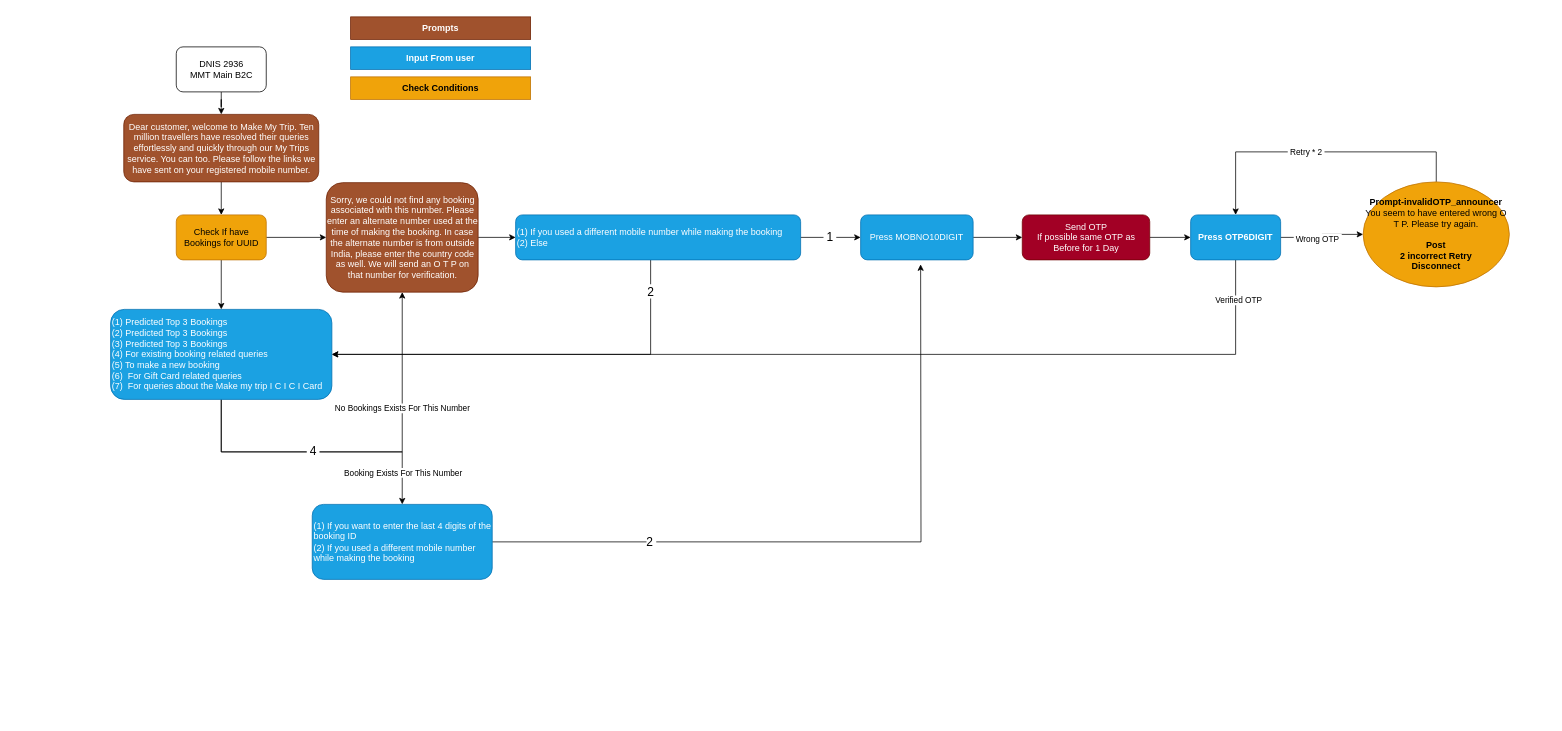
This is IVR.drawio from gommtsahil/draw.io, a draw.io file, before an edit. Source tidied: cells renumbered, new cells numbered last; positions are measured from the earlier drawing's top-left corner, leaving out a move shared by most shapes. Both pictures are drawn from the tidied source at 75%, with x=0, y=0 at pixel (110, 16).
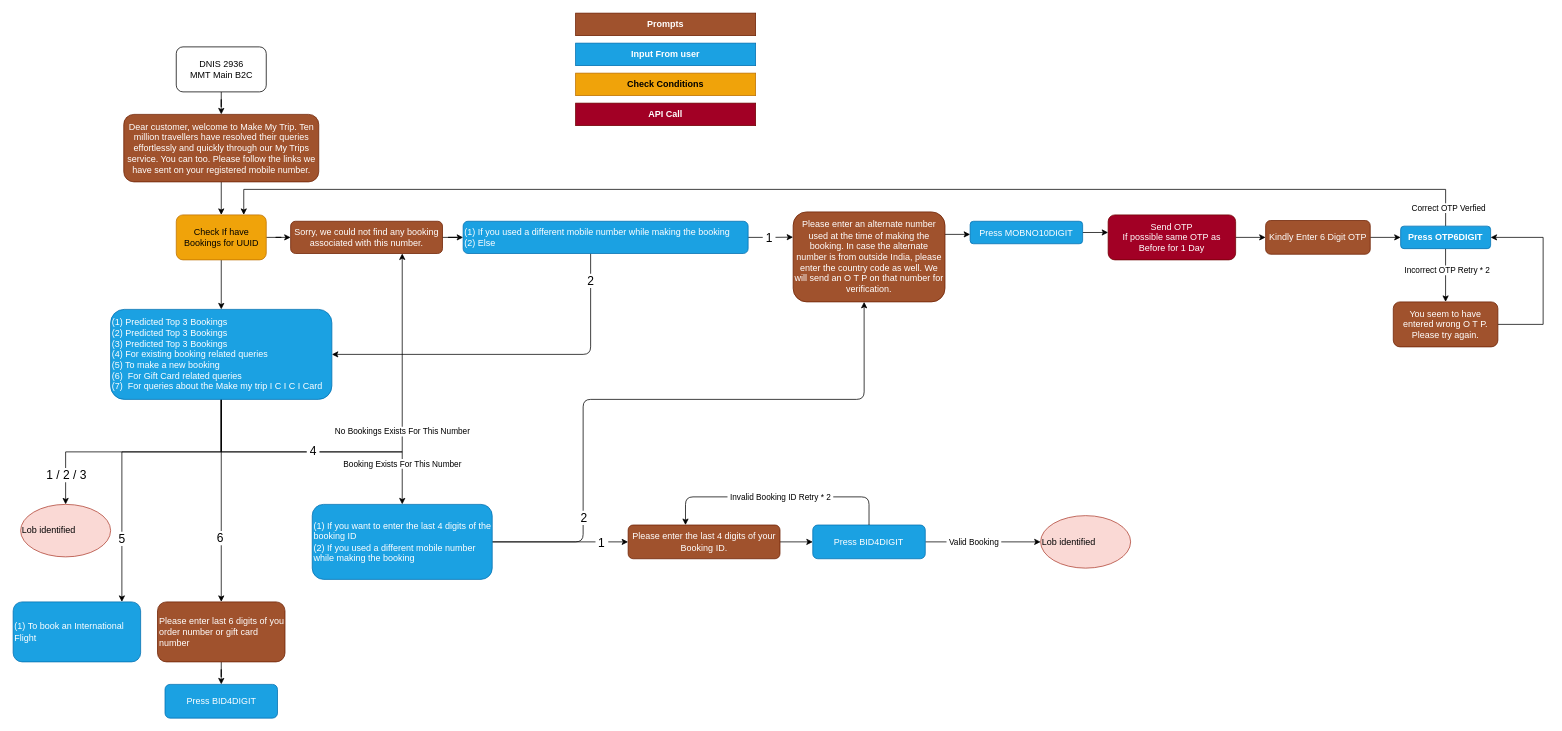
The same diagram, later.

Unchanged cells that the change refers to:
```xml
<mxCell id="8" value="Check If have Bookings for UUID" style="whiteSpace=wrap;html=1;rounded=1;roundedPerimeter=1;fillColor=#f0a30a;fontColor=#000000;strokeColor=#BD7000;" parent="1" vertex="1">
  <mxGeometry x="87.5" y="264" width="120" height="60" as="geometry" />
</mxCell>
<mxCell id="14" style="edgeStyle=orthogonalEdgeStyle;rounded=0;jettySize=auto;html=1;" parent="1" edge="1" source="19" target="33">
  <mxGeometry relative="1" as="geometry">
    <Array as="points">
      <mxPoint x="147.5" y="580" />
      <mxPoint x="388.8" y="580" />
    </Array>
  </mxGeometry>
</mxCell>
<mxCell id="16" style="edgeStyle=orthogonalEdgeStyle;rounded=0;jettySize=auto;html=1;" parent="1" edge="1" source="19" target="39">
  <mxGeometry relative="1" as="geometry" />
</mxCell>
<mxCell id="19" value="(1) Predicted Top 3 Bookings&lt;br&gt;(2) Predicted Top 3 Bookings&lt;br&gt;(3) Predicted Top 3 Bookings&lt;br&gt;(4) For existing booking related queries&lt;br&gt;(5) To make a new booking&lt;br&gt;(6)&amp;nbsp; For Gift Card related queries&lt;br&gt;(7)&amp;nbsp; For queries about the Make my trip I C I C I Card" style="whiteSpace=wrap;html=1;fillColor=#1ba1e2;strokeColor=#006EAF;fontColor=#ffffff;rounded=1;roundedPerimeter=1;align=left;" parent="1" vertex="1">
  <mxGeometry y="390" width="295" height="120" as="geometry" />
</mxCell>
<mxCell id="39" value="(1) If you want to enter the last 4 digits of the booking ID&lt;br&gt;(2) If you used a different mobile number while making the booking" style="whiteSpace=wrap;html=1;align=left;fillColor=#1ba1e2;strokeColor=#006EAF;fontColor=#ffffff;rounded=1;roundedPerimeter=1;" parent="1" vertex="1">
  <mxGeometry x="268.8" y="650" width="240" height="100" as="geometry" />
</mxCell>
```

Diff of the diagram source:
```diff
@@
-    <mxCell id="9" style="edgeStyle=orthogonalEdgeStyle;rounded=0;jettySize=auto;html=1;" parent="1" edge="1" source="13" target="31">
-      <mxGeometry relative="1" as="geometry" />
-    </mxCell>
-    <mxCell id="10" value="&amp;nbsp;1&amp;nbsp;" style="edgeLabel;html=1;align=center;verticalAlign=middle;fontSize=16;" parent="9" vertex="1">
-      <mxGeometry x="-0.04" y="2" relative="1" as="geometry" />
-    </mxCell>
-    <mxCell id="11" style="edgeStyle=orthogonalEdgeStyle;rounded=0;jettySize=auto;html=1;entryX=1;entryY=0.5;entryDx=0;entryDy=0;" parent="1" edge="1" source="13" target="19">
-      <mxGeometry relative="1" as="geometry">
+    <mxCell id="11" style="edgeStyle=orthogonalEdgeStyle;rounded=1;jettySize=auto;html=1;entryX=1;entryY=0.5;entryDx=0;entryDy=0;curved=0;" parent="1" edge="1" source="13" target="19">
+      <mxGeometry x="-0.17" relative="1" as="geometry">
         <Array as="points">
-          <mxPoint x="720" y="450" />
+          <mxPoint x="640" y="450" />
         </Array>
       </mxGeometry>
     </mxCell>
@@
+    <mxCell id="40" style="edgeStyle=orthogonalEdgeStyle;rounded=0;jettySize=auto;html=1;entryX=0.005;entryY=0.283;entryDx=0;entryDy=0;" parent="1" edge="1" source="13" target="62">
+      <mxGeometry relative="1" as="geometry" />
+    </mxCell>
+    <mxCell id="41" value="&lt;font style=&quot;font-size: 16px;&quot;&gt;&amp;nbsp;1&amp;nbsp;&lt;/font&gt;" style="edgeLabel;html=1;align=center;verticalAlign=middle;" parent="40" vertex="1">
+      <mxGeometry x="-0.12" relative="1" as="geometry" />
+    </mxCell>
     <mxCell id="13" value="&lt;div align=&quot;left&quot;&gt;(1) If you used a different mobile number while making the booking&lt;br&gt;(2) Else&lt;/div&gt;" style="whiteSpace=wrap;html=1;rounded=1;roundedPerimeter=1;align=left;fillColor=#1ba1e2;fontColor=#ffffff;strokeColor=#006EAF;" parent="1" vertex="1">
-      <mxGeometry x="540" y="264" width="380" height="60" as="geometry" />
+      <mxGeometry x="470" y="272.5" width="380" height="43" as="geometry" />
     </mxCell>
@@
     <mxCell id="15" value="&lt;div&gt;No Bookings Exists&amp;nbsp;For This Number&lt;/div&gt;" style="edgeLabel;html=1;align=center;verticalAlign=middle;" parent="14" vertex="1">
       <mxGeometry x="0.44" y="4" relative="1" as="geometry">
-        <mxPoint x="4" y="7" as="offset" />
+        <mxPoint x="4" y="76" as="offset" />
       </mxGeometry>
     </mxCell>
@@
     <mxCell id="18" value="Booking Exists For This Number" style="edgeLabel;html=1;align=center;verticalAlign=middle;" parent="16" vertex="1">
-      <mxGeometry x="0.78" y="1" relative="1" as="geometry" />
+      <mxGeometry x="0.78" y="1" relative="1" as="geometry">
+        <mxPoint x="-1" y="-12" as="offset" />
+      </mxGeometry>
     </mxCell>
+    <mxCell id="42" style="edgeStyle=orthogonalEdgeStyle;rounded=0;jettySize=auto;html=1;" parent="1" edge="1" source="19" target="56">
+      <mxGeometry relative="1" as="geometry" />
+    </mxCell>
+    <mxCell id="43" value="&lt;font style=&quot;font-size: 16px;&quot;&gt;1 / 2 / 3&lt;/font&gt;" style="edgeLabel;html=1;align=center;verticalAlign=middle;" parent="42" vertex="1">
+      <mxGeometry x="0.24" relative="1" as="geometry">
+        <mxPoint x="-62" y="30" as="offset" />
+      </mxGeometry>
+    </mxCell>
+    <mxCell id="44" style="edgeStyle=orthogonalEdgeStyle;rounded=0;jettySize=auto;html=1;" parent="1" edge="1" source="19" target="57">
+      <mxGeometry relative="1" as="geometry">
+        <Array as="points">
+          <mxPoint x="147.5" y="580" />
+          <mxPoint x="15" y="580" />
+        </Array>
+      </mxGeometry>
+    </mxCell>
+    <mxCell id="45" value="&lt;font style=&quot;font-size: 16px;&quot;&gt;5&lt;/font&gt;" style="edgeLabel;html=1;align=center;verticalAlign=middle;" parent="44" vertex="1">
+      <mxGeometry x="0.58" y="-1" relative="1" as="geometry" />
+    </mxCell>
+    <mxCell id="46" style="edgeStyle=orthogonalEdgeStyle;rounded=0;jettySize=auto;html=1;entryX=0.5;entryY=0;entryDx=0;entryDy=0;" parent="1" edge="1" source="19" target="60">
+      <mxGeometry relative="1" as="geometry" />
+    </mxCell>
+    <mxCell id="47" value="&lt;font style=&quot;font-size: 16px;&quot;&gt;6&lt;/font&gt;" style="edgeLabel;html=1;align=center;verticalAlign=middle;" parent="46" vertex="1">
+      <mxGeometry x="0.41" y="-2" relative="1" as="geometry">
+        <mxPoint y="-6" as="offset" />
+      </mxGeometry>
+    </mxCell>
@@
-    <mxCell id="20" style="edgeStyle=orthogonalEdgeStyle;rounded=0;jettySize=auto;html=1;exitX=1;exitY=0.5;exitDx=0;exitDy=0;" parent="1" edge="1" source="29" target="28">
-      <mxGeometry x="0.16" relative="1" as="geometry" />
-    </mxCell>
-    <mxCell id="21" value="&amp;nbsp;Wrong OTP&amp;nbsp;" style="edgeLabel;html=1;align=center;verticalAlign=middle;" parent="20" vertex="1">
-      <mxGeometry x="-0.16" y="-1" relative="1" as="geometry" />
-    </mxCell>
-    <mxCell id="22" style="edgeStyle=orthogonalEdgeStyle;rounded=0;jettySize=auto;html=1;entryX=1;entryY=0.5;entryDx=0;entryDy=0;exitX=0.5;exitY=1;exitDx=0;exitDy=0;" parent="1" edge="1" source="29" target="19">
-      <mxGeometry x="-0.81" relative="1" as="geometry">
-        <Array as="points">
-          <mxPoint x="1500" y="450" />
-        </Array>
-      </mxGeometry>
-    </mxCell>
-    <mxCell id="23" value="Verified OTP" style="edgeLabel;html=1;align=center;verticalAlign=middle;" parent="22" vertex="1">
-      <mxGeometry x="-0.92" y="3" relative="1" as="geometry" />
-    </mxCell>
-    <mxCell id="24" style="edgeStyle=orthogonalEdgeStyle;rounded=0;jettySize=auto;html=1;" parent="1" edge="1" source="25" target="29">
-      <mxGeometry relative="1" as="geometry" />
-    </mxCell>
+    <mxCell id="48" style="edgeStyle=orthogonalEdgeStyle;rounded=0;jettySize=auto;html=1;entryX=0;entryY=0.5;entryDx=0;entryDy=0;" parent="1" edge="1" source="25" target="72">
+      <mxGeometry relative="1" as="geometry" />
+    </mxCell>
     <mxCell id="25" value="&lt;div align=&quot;center&quot;&gt;&amp;nbsp;Send OTP&amp;nbsp;&lt;br&gt;If possible same OTP as Before for 1 Day&lt;/div&gt;" style="whiteSpace=wrap;html=1;align=center;fillColor=#a20025;strokeColor=#6F0000;fontColor=#ffffff;rounded=1;roundedPerimeter=1;" parent="1" vertex="1">
-      <mxGeometry x="1215.5" y="264" width="170" height="60" as="geometry" />
+      <mxGeometry x="1330" y="264" width="170" height="60" as="geometry" />
     </mxCell>
-    <mxCell id="26" style="edgeStyle=orthogonalEdgeStyle;rounded=0;jettySize=auto;html=1;exitX=0.5;exitY=0;exitDx=0;exitDy=0;entryX=0.5;entryY=0;entryDx=0;entryDy=0;" parent="1" edge="1" source="28" target="29">
-      <mxGeometry x="0.27" relative="1" as="geometry">
-        <Array as="points">
-          <mxPoint x="1767.5" y="180" />
-          <mxPoint x="1500" y="180" />
-        </Array>
-      </mxGeometry>
-    </mxCell>
-    <mxCell id="27" value="&amp;nbsp;Retry * 2&amp;nbsp;" style="edgeLabel;html=1;align=center;verticalAlign=middle;" parent="26" vertex="1">
-      <mxGeometry x="0.1" y="2" relative="1" as="geometry">
-        <mxPoint x="1" y="-2" as="offset" />
-      </mxGeometry>
-    </mxCell>
-    <mxCell id="28" value="&lt;strong class=&quot;node-name&quot;&gt;Prompt-invalidOTP_announcer&lt;br&gt;&lt;/strong&gt;You seem to have entered wrong O T P. Please try again.&lt;br&gt;&lt;b&gt;&lt;br&gt;Post&lt;/b&gt;&lt;br&gt;&lt;strong class=&quot;node-name&quot;&gt;2 incorrect Retry&lt;br&gt;Disconnect&lt;/strong&gt;" style="ellipse;whiteSpace=wrap;html=1;shapeInside=1;align=center;fillColor=#f0a30a;strokeColor=#BD7000;fontColor=#000000;rounded=1;roundedPerimeter=1;" parent="1" vertex="1">
-      <mxGeometry x="1670" y="220" width="195" height="140" as="geometry" />
-    </mxCell>
+    <mxCell id="49" style="edgeStyle=orthogonalEdgeStyle;rounded=0;jettySize=auto;html=1;entryX=0.5;entryY=0;entryDx=0;entryDy=0;" parent="1" edge="1" source="29" target="74">
+      <mxGeometry relative="1" as="geometry" />
+    </mxCell>
+    <mxCell id="50" value="Incorrect OTP Retry * 2" style="edgeLabel;html=1;align=center;verticalAlign=middle;" parent="49" vertex="1">
+      <mxGeometry x="-0.21" y="2" relative="1" as="geometry" />
+    </mxCell>
+    <mxCell id="51" style="edgeStyle=orthogonalEdgeStyle;rounded=0;jettySize=auto;html=1;entryX=0.75;entryY=0;entryDx=0;entryDy=0;" parent="1" edge="1" source="29" target="8">
+      <mxGeometry x="-0.05" relative="1" as="geometry">
+        <Array as="points">
+          <mxPoint x="1780" y="230" />
+          <mxPoint x="177.5" y="230" />
+        </Array>
+      </mxGeometry>
+    </mxCell>
+    <mxCell id="52" value="Correct OTP Verfied" style="edgeLabel;html=1;align=center;verticalAlign=middle;" parent="51" vertex="1">
+      <mxGeometry x="-0.97" y="-3" relative="1" as="geometry" />
+    </mxCell>
     <mxCell id="29" value="&lt;span class=&quot;edge-part&quot; style=&quot;--press-color:#64748b&quot;&gt;&lt;strong&gt;Press OTP6DIGIT &lt;/strong&gt;&lt;/span&gt;" style="whiteSpace=wrap;html=1;fillColor=#1ba1e2;strokeColor=#006EAF;fontColor=#ffffff;rounded=1;roundedPerimeter=1;" parent="1" vertex="1">
-      <mxGeometry x="1440" y="264" width="120" height="60" as="geometry" />
+      <mxGeometry x="1720" y="279" width="120" height="30" as="geometry" />
     </mxCell>
-    <mxCell id="30" style="edgeStyle=orthogonalEdgeStyle;rounded=0;jettySize=auto;html=1;entryX=0;entryY=0.5;entryDx=0;entryDy=0;" parent="1" edge="1" source="31" target="25">
+    <mxCell id="30" style="edgeStyle=orthogonalEdgeStyle;rounded=0;jettySize=auto;html=1;exitX=1;exitY=0.5;exitDx=0;exitDy=0;entryX=-0.018;entryY=0.387;entryDx=0;entryDy=0;" parent="1" edge="1" source="31" target="25">
       <mxGeometry relative="1" as="geometry" />
     </mxCell>
     <mxCell id="31" value="Press MOBNO10DIGIT" style="whiteSpace=wrap;html=1;align=center;fillColor=#1ba1e2;strokeColor=#006EAF;fontColor=#ffffff;rounded=1;roundedPerimeter=1;" parent="1" vertex="1">
-      <mxGeometry x="1000" y="264" width="150" height="60" as="geometry" />
+      <mxGeometry x="1146" y="272.5" width="150" height="30" as="geometry" />
     </mxCell>
@@
-    <mxCell id="33" value="Sorry, we could not find any booking associated with this number. Please enter an alternate number used at the time of making the booking. In case the alternate number is from outside India, please enter the country code as well. We will send an O T P on that number for verification." style="whiteSpace=wrap;html=1;fillColor=#a0522d;strokeColor=#6D1F00;fontColor=#ffffff;rounded=1;roundedPerimeter=1;" parent="1" vertex="1">
-      <mxGeometry x="287.5" y="221" width="202.5" height="146" as="geometry" />
+    <mxCell id="33" value="Sorry, we could not find any booking associated with this number." style="whiteSpace=wrap;html=1;fillColor=#a0522d;strokeColor=#6D1F00;fontColor=#ffffff;rounded=1;roundedPerimeter=1;" parent="1" vertex="1">
+      <mxGeometry x="240" y="272.5" width="202.5" height="43" as="geometry" />
     </mxCell>
     <mxCell id="34" value="&lt;b&gt;Prompts&lt;/b&gt;" style="rounded=0;whiteSpace=wrap;html=1;fillColor=#a0522d;fontColor=#ffffff;strokeColor=#6D1F00;" parent="1" vertex="1">
-      <mxGeometry x="320" width="240" height="30" as="geometry" />
+      <mxGeometry x="620" y="-5" width="240" height="30" as="geometry" />
     </mxCell>
     <mxCell id="35" value="&lt;b&gt;Input From user&lt;/b&gt;" style="rounded=0;whiteSpace=wrap;html=1;fillColor=#1ba1e2;fontColor=#ffffff;strokeColor=#006EAF;" parent="1" vertex="1">
-      <mxGeometry x="320" y="40" width="240" height="30" as="geometry" />
+      <mxGeometry x="620" y="35" width="240" height="30" as="geometry" />
     </mxCell>
     <mxCell id="36" value="&lt;b&gt;Check Conditions&lt;/b&gt;" style="rounded=0;whiteSpace=wrap;html=1;fillColor=#f0a30a;fontColor=#000000;strokeColor=#BD7000;" parent="1" vertex="1">
-      <mxGeometry x="320" y="80" width="240" height="30" as="geometry" />
+      <mxGeometry x="620" y="75" width="240" height="30" as="geometry" />
     </mxCell>
-    <mxCell id="37" style="edgeStyle=orthogonalEdgeStyle;rounded=0;jettySize=auto;html=1;" parent="1" edge="1" source="39">
-      <mxGeometry relative="1" as="geometry">
-        <mxPoint x="1080" y="330" as="targetPoint" />
-      </mxGeometry>
-    </mxCell>
+    <mxCell id="53" style="edgeStyle=orthogonalEdgeStyle;rounded=1;jettySize=auto;html=1;curved=0;exitX=1;exitY=0.5;exitDx=0;exitDy=0;entryX=0.467;entryY=1.007;entryDx=0;entryDy=0;" parent="1" edge="1" source="39" target="62">
+      <mxGeometry x="0.17" relative="1" as="geometry">
+        <Array as="points">
+          <mxPoint x="630" y="700" />
+          <mxPoint x="630" y="510" />
+          <mxPoint x="1004.7" y="510" />
+        </Array>
+      </mxGeometry>
+    </mxCell>
-    <mxCell id="38" value="2&amp;nbsp;" style="edgeLabel;html=1;align=center;verticalAlign=middle;fontSize=16;" parent="37" vertex="1">
-      <mxGeometry x="-0.49" y="1" relative="1" as="geometry">
-        <mxPoint x="-28" as="offset" />
+    <mxCell id="38" value="&lt;font style=&quot;font-size: 16px;&quot;&gt;2&lt;/font&gt;" style="edgeLabel;html=1;align=center;verticalAlign=middle;" parent="53" vertex="1">
+      <mxGeometry x="-0.5" y="-3" relative="1" as="geometry">
+        <mxPoint x="-3" y="50" as="offset" />
       </mxGeometry>
     </mxCell>
+    <mxCell id="54" style="edgeStyle=orthogonalEdgeStyle;rounded=0;jettySize=auto;html=1;entryX=0;entryY=0.5;entryDx=0;entryDy=0;" parent="1" edge="1" source="39" target="64">
+      <mxGeometry x="-0.2" relative="1" as="geometry" />
+    </mxCell>
+    <mxCell id="55" value="&amp;nbsp;&lt;font style=&quot;font-size: 16px;&quot;&gt;1&amp;nbsp;&lt;/font&gt;" style="edgeLabel;html=1;align=center;verticalAlign=middle;" parent="54" vertex="1">
+      <mxGeometry x="-0.05" relative="1" as="geometry">
+        <mxPoint x="60" as="offset" />
+      </mxGeometry>
+    </mxCell>
@@
+    <mxCell id="56" value="&lt;div align=&quot;center&quot;&gt;Lob identified&lt;/div&gt;" style="ellipse;whiteSpace=wrap;html=1;shapeInside=1;align=left;fillColor=#fad9d5;strokeColor=#ae4132;rounded=1;roundedPerimeter=1;" parent="1" vertex="1">
+      <mxGeometry x="-120" y="650" width="120" height="70" as="geometry" />
+    </mxCell>
+    <mxCell id="57" value="(1)&amp;nbsp;To book an International Flight" style="whiteSpace=wrap;html=1;align=left;fillColor=#1ba1e2;strokeColor=#006EAF;fontColor=#ffffff;rounded=1;roundedPerimeter=1;" parent="1" vertex="1">
+      <mxGeometry x="-130" y="780" width="170" height="80" as="geometry" />
+    </mxCell>
+    <mxCell id="58" value="&lt;b&gt;API Call&lt;/b&gt;" style="rounded=0;whiteSpace=wrap;html=1;fillColor=#a20025;fontColor=#ffffff;strokeColor=#6F0000;" parent="1" vertex="1">
+      <mxGeometry x="620" y="115" width="240" height="30" as="geometry" />
+    </mxCell>
+    <mxCell id="59" style="edgeStyle=orthogonalEdgeStyle;rounded=0;jettySize=auto;html=1;entryX=0.5;entryY=0;entryDx=0;entryDy=0;" parent="1" edge="1" source="60" target="75">
+      <mxGeometry relative="1" as="geometry" />
+    </mxCell>
+    <mxCell id="60" value="Please enter last 6 digits of you order number or gift card number" style="whiteSpace=wrap;html=1;align=left;fillColor=#a0522d;strokeColor=#6D1F00;rounded=1;roundedPerimeter=1;fontColor=#ffffff;" parent="1" vertex="1">
+      <mxGeometry x="62.5" y="780" width="170" height="80" as="geometry" />
+    </mxCell>
+    <mxCell id="61" style="edgeStyle=orthogonalEdgeStyle;rounded=0;jettySize=auto;html=1;exitX=1;exitY=0.25;exitDx=0;exitDy=0;entryX=0;entryY=0.581;entryDx=0;entryDy=0;" parent="1" edge="1" source="62" target="31">
+      <mxGeometry relative="1" as="geometry" />
+    </mxCell>
+    <mxCell id="62" value="Please enter an alternate number used at the time of making the booking. In case the alternate number is from outside India, please enter the country code as well. We will send an O T P on that number for verification." style="whiteSpace=wrap;html=1;fillColor=#a0522d;strokeColor=#6D1F00;fontColor=#ffffff;rounded=1;roundedPerimeter=1;" parent="1" vertex="1">
+      <mxGeometry x="910" y="260" width="202.5" height="120" as="geometry" />
+    </mxCell>
+    <mxCell id="63" style="edgeStyle=orthogonalEdgeStyle;rounded=0;jettySize=auto;html=1;exitX=1;exitY=0.5;exitDx=0;exitDy=0;entryX=0;entryY=0.5;entryDx=0;entryDy=0;" parent="1" edge="1" source="64" target="67">
+      <mxGeometry relative="1" as="geometry" />
+    </mxCell>
+    <mxCell id="64" value="Please enter the last 4 digits of your Booking ID." style="whiteSpace=wrap;html=1;fillColor=#a0522d;strokeColor=#6D1F00;fontColor=#ffffff;rounded=1;roundedPerimeter=1;" parent="1" vertex="1">
+      <mxGeometry x="690" y="677.5" width="202.5" height="45" as="geometry" />
+    </mxCell>
+    <mxCell id="65" style="edgeStyle=orthogonalEdgeStyle;rounded=0;jettySize=auto;html=1;entryX=0;entryY=0.5;entryDx=0;entryDy=0;" parent="1" edge="1" source="67" target="70">
+      <mxGeometry x="-0.41" relative="1" as="geometry" />
+    </mxCell>
+    <mxCell id="66" value="&lt;font&gt;&amp;nbsp;Valid Booking&amp;nbsp;&lt;/font&gt;" style="edgeLabel;html=1;align=center;verticalAlign=middle;" parent="65" vertex="1">
+      <mxGeometry x="-0.17" relative="1" as="geometry" />
+    </mxCell>
+    <mxCell id="67" value="Press BID4DIGIT" style="whiteSpace=wrap;html=1;align=center;fillColor=#1ba1e2;strokeColor=#006EAF;fontColor=#ffffff;rounded=1;roundedPerimeter=1;" parent="1" vertex="1">
+      <mxGeometry x="936.2" y="677.5" width="150" height="45" as="geometry" />
+    </mxCell>
+    <mxCell id="68" style="edgeStyle=orthogonalEdgeStyle;rounded=1;jettySize=auto;html=1;entryX=0.398;entryY=0.083;entryDx=0;entryDy=0;curved=0;exitX=0.5;exitY=0;exitDx=0;exitDy=0;" parent="1" edge="1" source="67" target="64">
+      <mxGeometry x="-0.8" relative="1" as="geometry">
+        <Array as="points">
+          <mxPoint x="1011.3" y="640" />
+          <mxPoint x="766.5" y="640" />
+        </Array>
+      </mxGeometry>
+    </mxCell>
+    <mxCell id="69" value="&amp;nbsp;Invalid Booking ID Retry * 2&amp;nbsp;" style="edgeLabel;html=1;align=center;verticalAlign=middle;" parent="68" vertex="1">
+      <mxGeometry x="-0.19" y="1" relative="1" as="geometry">
+        <mxPoint x="-27" y="-1" as="offset" />
+      </mxGeometry>
+    </mxCell>
+    <mxCell id="70" value="&lt;div align=&quot;center&quot;&gt;Lob identified&lt;/div&gt;" style="ellipse;whiteSpace=wrap;html=1;shapeInside=1;align=left;fillColor=#fad9d5;strokeColor=#ae4132;rounded=1;roundedPerimeter=1;" parent="1" vertex="1">
+      <mxGeometry x="1240" y="665" width="120" height="70" as="geometry" />
+    </mxCell>
+    <mxCell id="71" style="edgeStyle=orthogonalEdgeStyle;rounded=0;jettySize=auto;html=1;entryX=0;entryY=0.5;entryDx=0;entryDy=0;" parent="1" edge="1" source="72" target="29">
+      <mxGeometry relative="1" as="geometry" />
+    </mxCell>
+    <mxCell id="72" value="Kindly Enter 6 Digit OTP" style="whiteSpace=wrap;html=1;fillColor=#a0522d;strokeColor=#6D1F00;fontColor=#ffffff;rounded=1;roundedPerimeter=1;" parent="1" vertex="1">
+      <mxGeometry x="1540" y="271.5" width="139.5" height="45" as="geometry" />
+    </mxCell>
+    <mxCell id="73" style="edgeStyle=orthogonalEdgeStyle;rounded=0;jettySize=auto;html=1;entryX=1;entryY=0.5;entryDx=0;entryDy=0;exitX=1;exitY=0.5;exitDx=0;exitDy=0;" parent="1" edge="1" source="74" target="29">
+      <mxGeometry x="-0.54" relative="1" as="geometry">
+        <Array as="points">
+          <mxPoint x="1910" y="410" />
+          <mxPoint x="1910" y="294" />
+        </Array>
+      </mxGeometry>
+    </mxCell>
+    <mxCell id="74" value="You seem to have entered wrong O T P. Please try again." style="whiteSpace=wrap;html=1;fillColor=#a0522d;strokeColor=#6D1F00;fontColor=#ffffff;rounded=1;roundedPerimeter=1;" parent="1" vertex="1">
+      <mxGeometry x="1710.2" y="380" width="139.5" height="60" as="geometry" />
+    </mxCell>
+    <mxCell id="75" value="Press BID4DIGIT" style="whiteSpace=wrap;html=1;align=center;fillColor=#1ba1e2;strokeColor=#006EAF;fontColor=#ffffff;rounded=1;roundedPerimeter=1;" parent="1" vertex="1">
+      <mxGeometry x="72.5" y="890" width="150" height="45" as="geometry" />
+    </mxCell>
```
